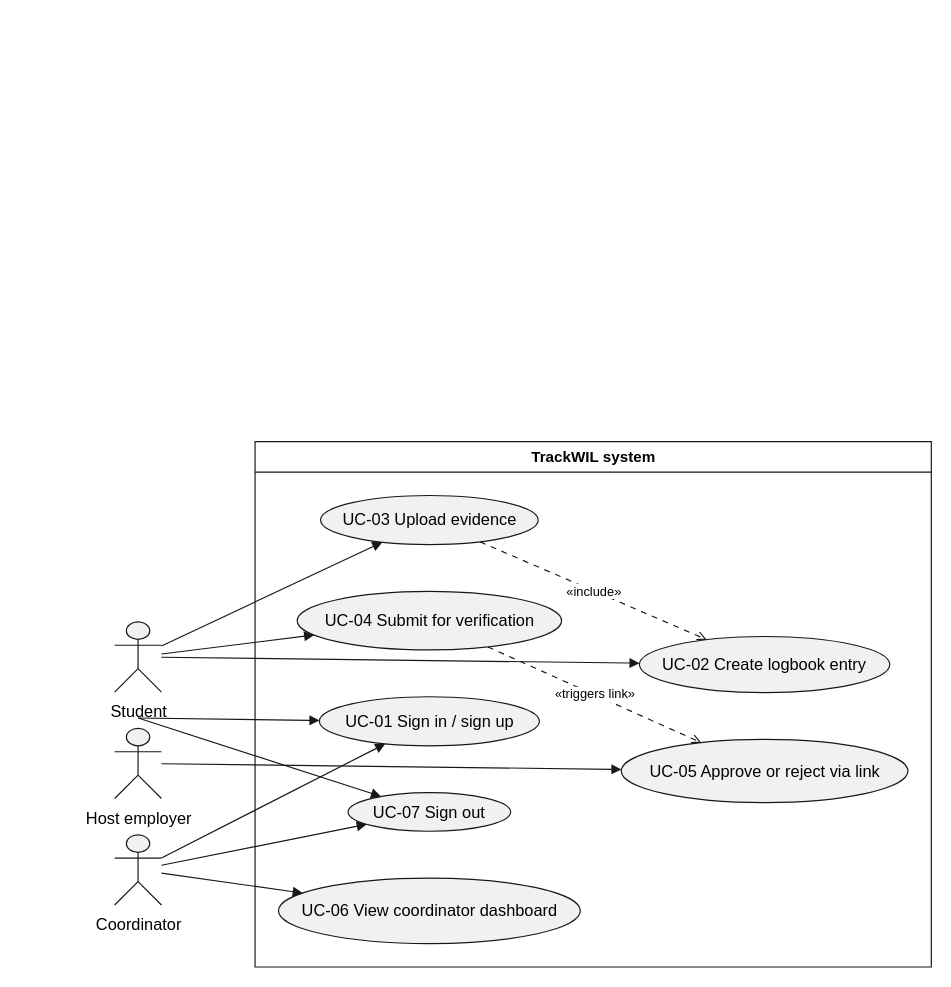
Above: 04_System_Design_and_Development/diagrams/Use Case.drawio in Noobey32/TrackWIL (draw.io), before the change. Source tidied: cells renumbered, new cells numbered last; positions are measured from the earlier drawing's top-left corner, leaving out a move shared by most shapes. Both pictures are drawn from the tidied source at 117%, with x=0, y=0 at pixel (20, 20).
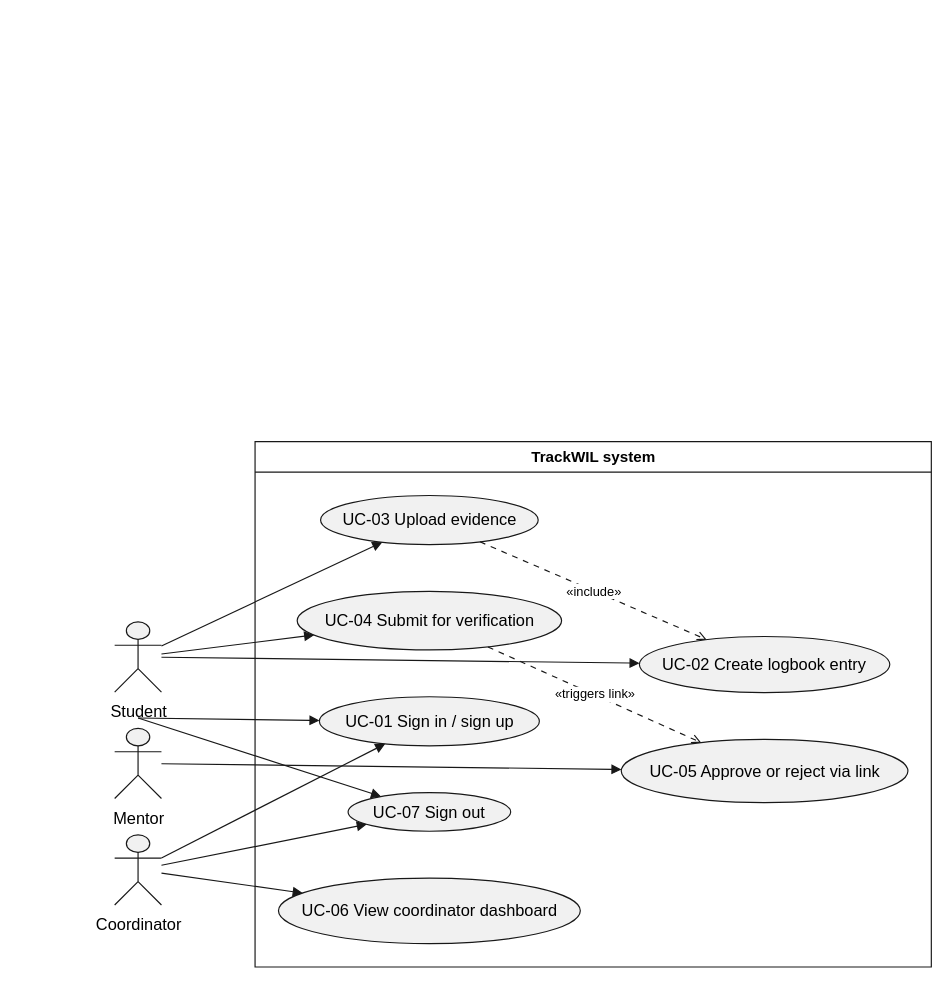
The same page after the edit.

Commit message (it also covers changes not shown here):
- system design document - updated drawio designs

Unchanged cells that the change refers to:
```xml
<mxCell id="2" style="group;transparentBounds=1;editIcon=1;lockedGroup=0;groupPadding=10;" parent="1" vertex="1">
  <mxGeometry as="geometry" />
</mxCell>
```

The edit, as a diff of the source:
```diff
@@
-    <mxCell id="16" value="Host employer" style="text;html=1;align=center;verticalAlign=top;fontColor=#000000;fontSize=14;" parent="2" vertex="1">
+    <mxCell id="16" value="Mentor" style="text;html=1;align=center;verticalAlign=top;fontColor=#000000;fontSize=14;" parent="2" vertex="1">
       <mxGeometry x="48" y="667" width="105" height="17" as="geometry" />
     </mxCell>
```
